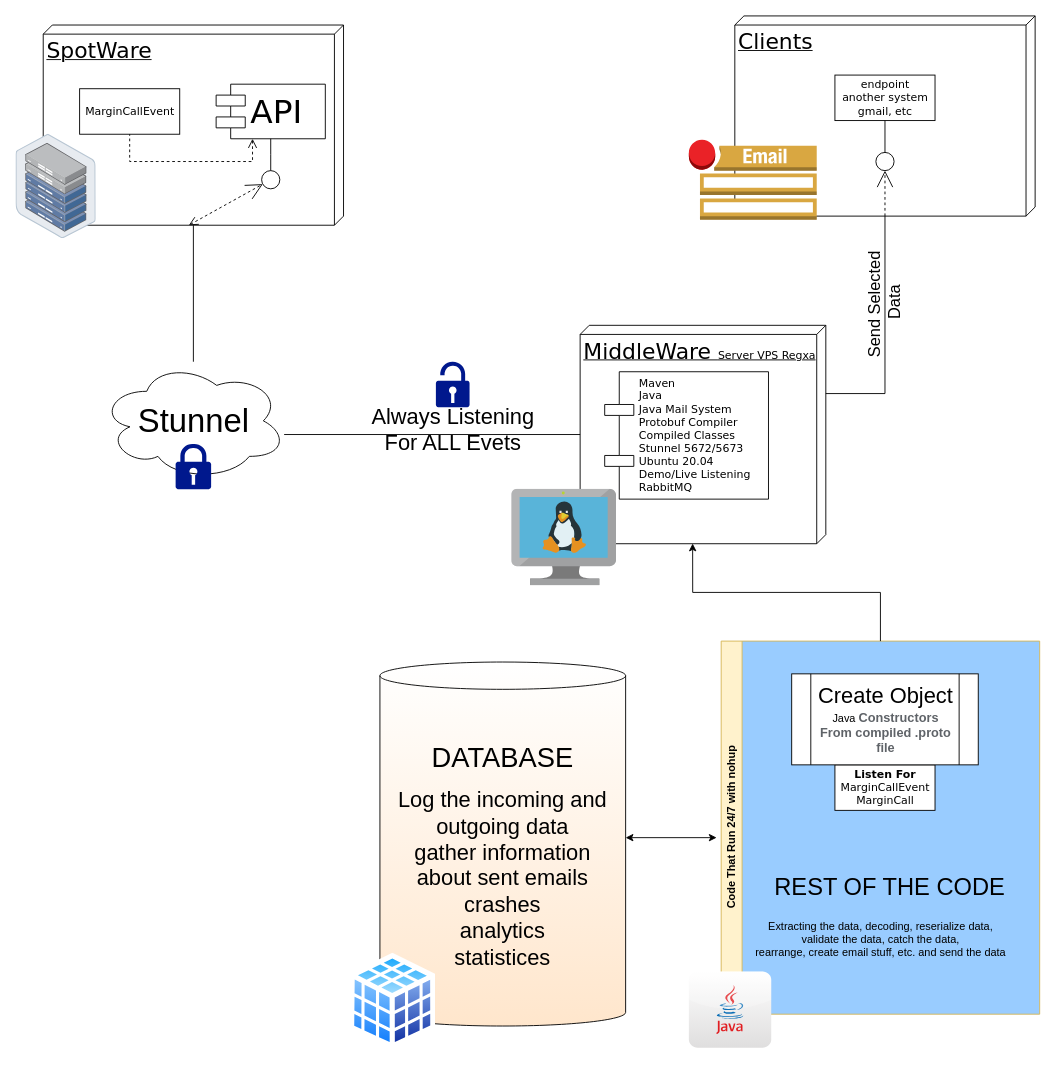
The draw.io diagram Untitled Diagram.drawio in AhmadVakil/Responsive-HTML-page, before the edit. Source tidied: cells renumbered, new cells numbered last; positions are measured from the earlier drawing's top-left corner, leaving out a move shared by most shapes. Both pictures are drawn from the tidied source at 91%, with x=0, y=0 at pixel (15, 15).
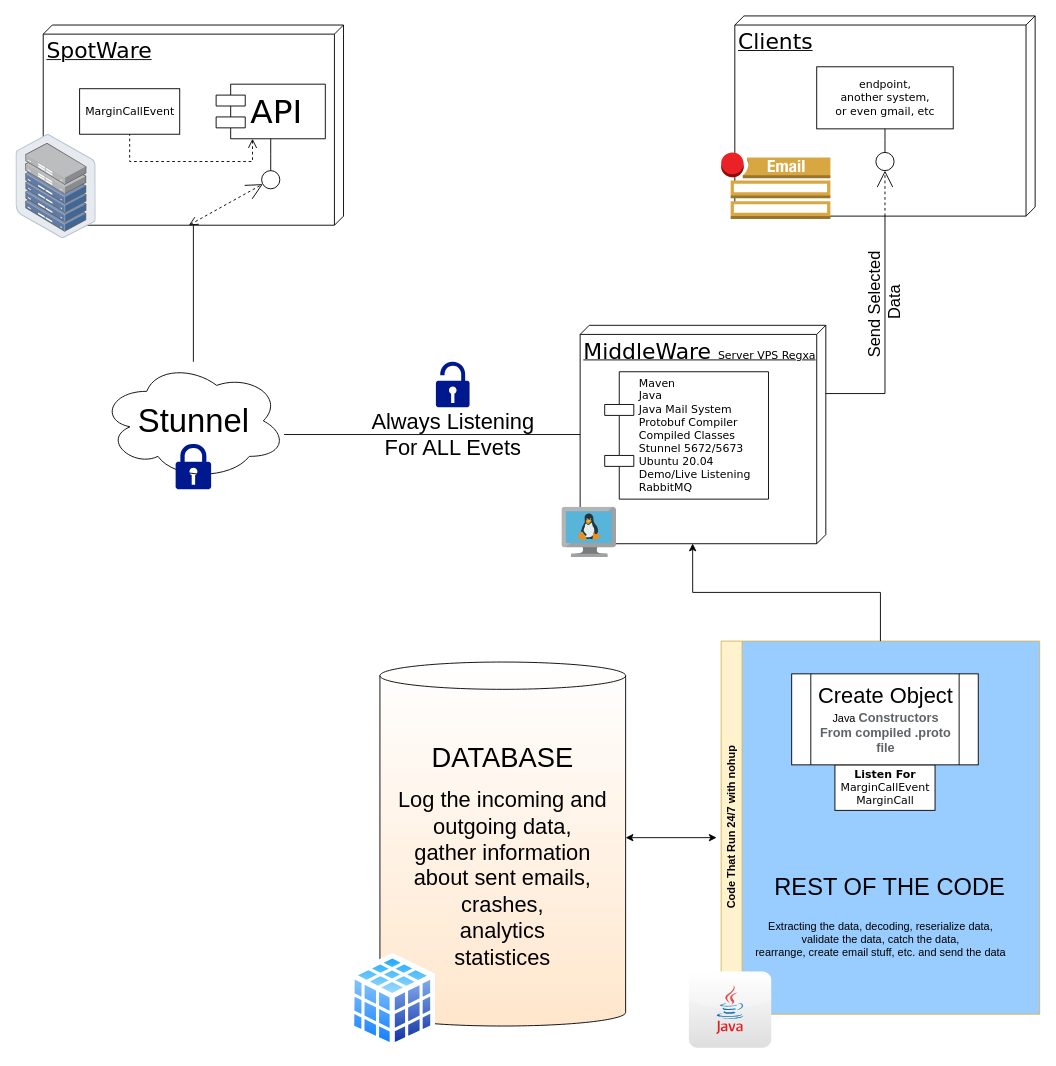
The same page after the edit.

Change to the diagram source:
```diff
@@
-    <mxCell id="11" value="endpoint&lt;br&gt;another system&lt;br&gt;gmail, etc" style="html=1;rounded=0;shadow=0;comic=0;labelBackgroundColor=none;strokeWidth=1;fontFamily=Verdana;fontSize=12;align=center;" parent="1" vertex="1">
-      <mxGeometry x="900" y="65" width="110" height="50" as="geometry" />
+    <mxCell id="11" value="endpoint,&lt;br&gt;another system,&lt;br&gt;or even gmail, etc" style="html=1;rounded=0;shadow=0;comic=0;labelBackgroundColor=none;strokeWidth=1;fontFamily=Verdana;fontSize=12;align=center;" parent="1" vertex="1">
+      <mxGeometry x="880" y="55.9" width="150" height="68.2" as="geometry" />
     </mxCell>
@@
-    <mxCell id="16" style="edgeStyle=elbowEdgeStyle;rounded=0;html=1;labelBackgroundColor=none;startArrow=none;startFill=0;startSize=8;endArrow=none;endFill=0;endSize=16;fontFamily=Verdana;fontSize=12;" parent="1" edge="1">
+    <mxCell id="16" style="edgeStyle=elbowEdgeStyle;rounded=0;html=1;labelBackgroundColor=none;startArrow=none;startFill=0;startSize=8;endArrow=none;endFill=0;endSize=16;fontFamily=Verdana;fontSize=12;entryX=0.5;entryY=1;entryDx=0;entryDy=0;" parent="1" edge="1" target="11">
       <mxGeometry relative="1" as="geometry">
         <mxPoint x="955" y="150" as="sourcePoint" />
-        <mxPoint x="954.8" y="115" as="targetPoint" />
       </mxGeometry>
     </mxCell>
@@
     <mxCell id="21" value="&lt;font style=&quot;font-size: 24px;&quot;&gt;Always Listening&lt;br&gt;For ALL Evets&lt;/font&gt;" style="text;html=1;align=center;verticalAlign=middle;strokeColor=none;fillColor=none;rotation=0;" parent="1" vertex="1">
-      <mxGeometry x="380" y="420" width="200" height="70" as="geometry" />
+      <mxGeometry x="380" y="425" width="200" height="70" as="geometry" />
     </mxCell>
@@
-    <mxCell id="25" value="&lt;font style=&quot;&quot;&gt;&lt;font style=&quot;font-size: 30px;&quot;&gt;DATABASE&lt;br&gt;&lt;/font&gt;&lt;br&gt;&lt;font style=&quot;font-size: 24px;&quot;&gt;Log the incoming and outgoing data&lt;br&gt;gather information&lt;br&gt;about sent emails&lt;br&gt;crashes&lt;br&gt;analytics&lt;br&gt;statistices&lt;/font&gt;&lt;/font&gt;" style="shape=cylinder3;whiteSpace=wrap;html=1;boundedLbl=1;backgroundOutline=1;size=15;gradientColor=#FFE6CC;" parent="1" vertex="1">
+    <mxCell id="25" value="&lt;font style=&quot;&quot;&gt;&lt;font style=&quot;font-size: 30px;&quot;&gt;DATABASE&lt;br&gt;&lt;/font&gt;&lt;br&gt;&lt;font style=&quot;font-size: 24px;&quot;&gt;Log the incoming and outgoing data,&lt;br&gt;gather information&lt;br&gt;about sent emails,&lt;br&gt;crashes,&lt;br&gt;analytics&lt;br&gt;statistices&lt;/font&gt;&lt;/font&gt;" style="shape=cylinder3;whiteSpace=wrap;html=1;boundedLbl=1;backgroundOutline=1;size=15;gradientColor=#FFE6CC;" parent="1" vertex="1">
       <mxGeometry x="400" y="710" width="270" height="400" as="geometry" />
     </mxCell>
@@
     <mxCell id="33" style="dashed=0;verticalLabelPosition=bottom;verticalAlign=top;align=center;html=1;shape=mxgraph.aws3.email_notification;fillColor=#D9A741;gradientColor=none;" parent="1" vertex="1">
-      <mxGeometry x="739.5" y="136" width="140.5" height="88.1" as="geometry" />
+      <mxGeometry x="775" y="150" width="120" height="73.1" as="geometry" />
     </mxCell>
     <mxCell id="34" style="image;sketch=0;html=1;align=center;fontSize=12;image=img/lib/mscae/VM_Linux.svg;" parent="1" vertex="1">
-      <mxGeometry x="544.8" y="520" width="115.2" height="106" as="geometry" />
+      <mxGeometry x="600" y="540" width="60" height="55.2" as="geometry" />
     </mxCell>
```
